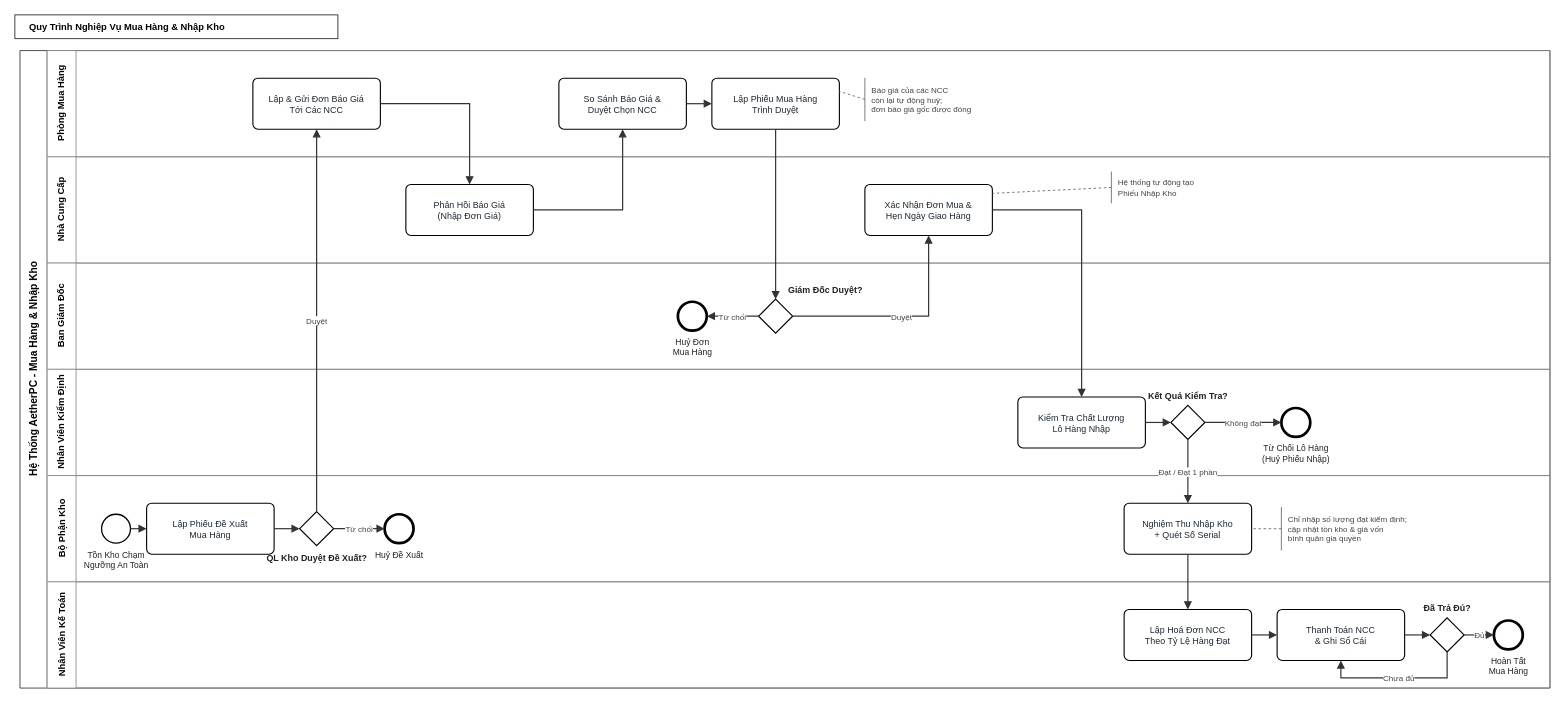
hoangmkid12/ERP_AetherPC keeps this draw.io diagram as docs/diagrams/bpmn/quy_trinh_mua_hang.drawio. Above is the earlier version. Source tidied: cells renumbered, new cells numbered last; positions are measured from the earlier drawing's top-left corner, leaving out a move shared by most shapes. Both pictures are drawn from the tidied source at 85%, with x=0, y=0 at pixel (14, 14).
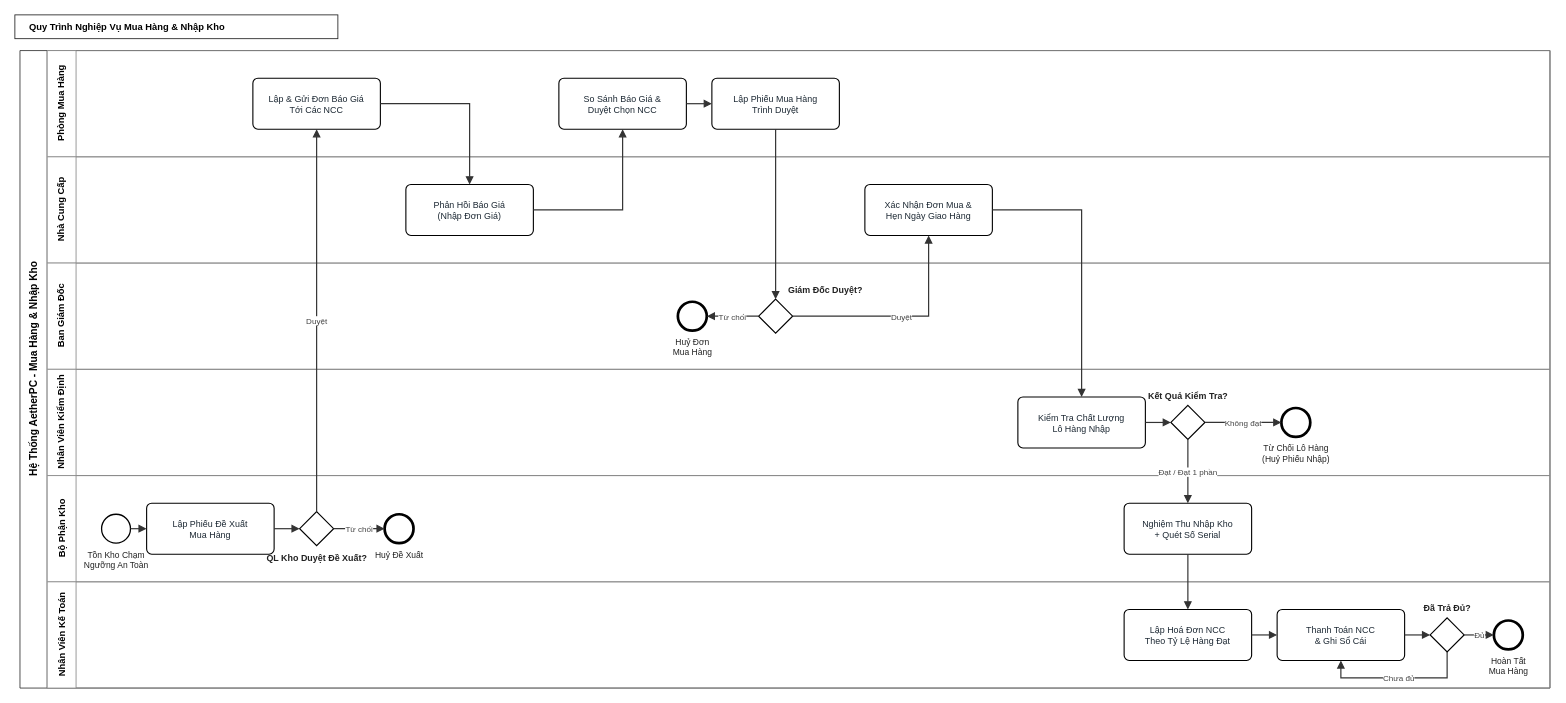
After the change.

What changed in the source:
```diff
@@
-    <mxCell id="21" value="Báo giá của các NCC&lt;br/&gt;còn lại tự động huỷ;&lt;br/&gt;đơn báo giá gốc được đóng" style="shape=partialRectangle;whiteSpace=wrap;html=1;top=0;bottom=0;right=0;fillColor=none;strokeColor=#666666;align=left;spacingLeft=6;fontSize=9.5;fontColor=#444444;" parent="1" vertex="1">
-      <mxGeometry x="1000" y="74.5" width="150" height="50" as="geometry" />
-    </mxCell>
@@
-    <mxCell id="27" value="Hệ thống tự động tạo&lt;br/&gt;Phiếu Nhập Kho" style="shape=partialRectangle;whiteSpace=wrap;html=1;top=0;bottom=0;right=0;fillColor=none;strokeColor=#666666;align=left;spacingLeft=6;fontSize=9.5;fontColor=#444444;" parent="1" vertex="1">
-      <mxGeometry x="1290" y="185" width="160" height="36" as="geometry" />
-    </mxCell>
@@
-    <mxCell id="34" value="Chỉ nhập số lượng đạt kiểm định;&lt;br/&gt;cập nhật tồn kho &amp; giá vốn&lt;br/&gt;bình quân gia quyền" style="shape=partialRectangle;whiteSpace=wrap;html=1;top=0;bottom=0;right=0;fillColor=none;strokeColor=#666666;align=left;spacingLeft=6;fontSize=9.5;fontColor=#444444;" parent="1" vertex="1">
-      <mxGeometry x="1490" y="579.5" width="200" height="50" as="geometry" />
-    </mxCell>
@@
-    <mxCell id="60" style="endArrow=none;dashed=1;html=1;strokeColor=#666666;strokeWidth=1;" parent="1" edge="1">
-      <mxGeometry relative="1" as="geometry">
-        <mxPoint x="1000" y="99.5" as="sourcePoint" />
-        <mxPoint x="970" y="90" as="targetPoint" />
-      </mxGeometry>
-    </mxCell>
-    <mxCell id="61" style="endArrow=none;dashed=1;html=1;strokeColor=#666666;strokeWidth=1;" parent="1" edge="1">
-      <mxGeometry relative="1" as="geometry">
-        <mxPoint x="1290" y="203" as="sourcePoint" />
-        <mxPoint x="1150" y="210" as="targetPoint" />
-      </mxGeometry>
-    </mxCell>
-    <mxCell id="62" style="endArrow=none;dashed=1;html=1;strokeColor=#666666;strokeWidth=1;" parent="1" edge="1">
-      <mxGeometry relative="1" as="geometry">
-        <mxPoint x="1490" y="604.5" as="sourcePoint" />
-        <mxPoint x="1455" y="604.5" as="targetPoint" />
-      </mxGeometry>
-    </mxCell>
```
